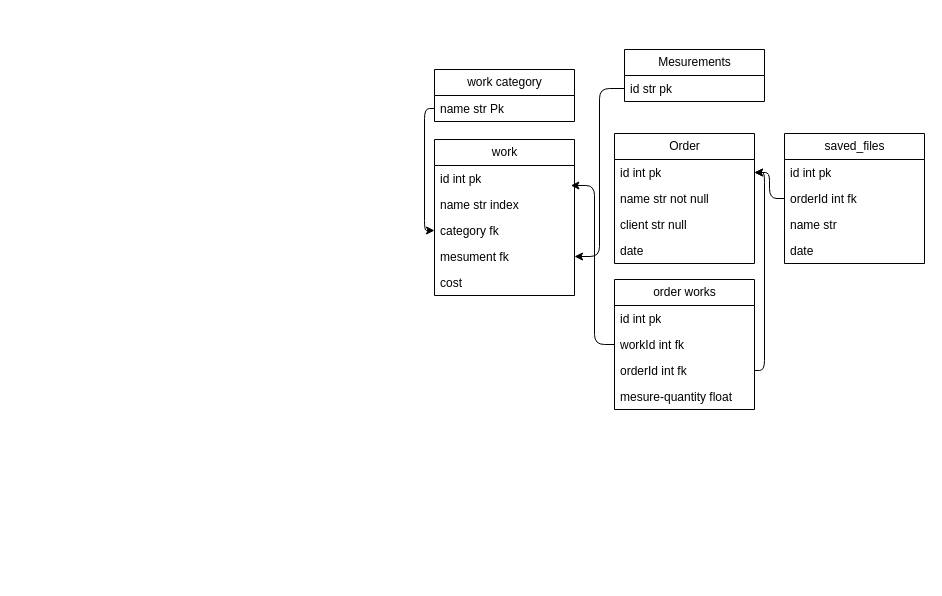
Before: db.drawio in KseniyaAvdeenko/create_smeta, a draw.io diagram. Source tidied: cells renumbered, new cells numbered last; positions are measured from the earlier drawing's top-left corner, leaving out a move shared by most shapes. Both pictures are drawn from the tidied source at 100%, with x=0, y=0 at pixel (434, 49).
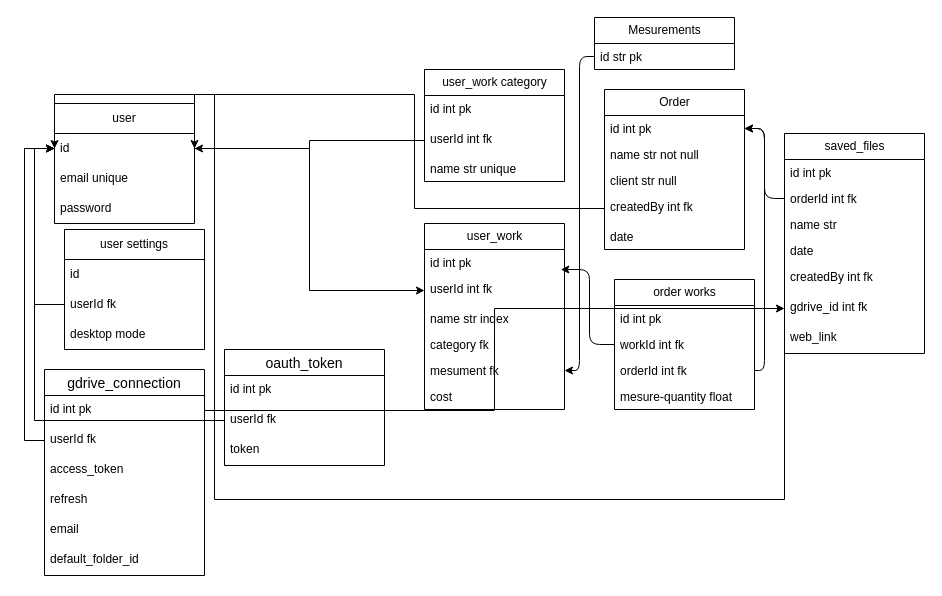
Above is the later version.

What changed in the source:
```diff
@@
-    <mxCell id="2" value="work category" style="swimlane;fontStyle=0;horizontal=1;startSize=26;fillColor=none;html=1;" parent="1" vertex="1">
-      <mxGeometry y="20" width="140" height="52" as="geometry" />
+    <mxCell id="2" value="user_work category" style="swimlane;fontStyle=0;horizontal=1;startSize=26;fillColor=none;html=1;" parent="1" vertex="1">
+      <mxGeometry x="-10" y="20" width="140" height="112" as="geometry" />
     </mxCell>
+    <mxCell id="32" value="id int pk" style="text;strokeColor=none;fillColor=none;spacingLeft=4;spacingRight=4;overflow=hidden;fontSize=12;" parent="2" vertex="1">
+      <mxGeometry y="26" width="140" height="30" as="geometry" />
+    </mxCell>
+    <mxCell id="33" value="userId int fk" style="text;strokeColor=none;fillColor=none;spacingLeft=4;spacingRight=4;overflow=hidden;points=[[0,0.5],[1,0.5]];portConstraint=eastwest;fontSize=12;" parent="2" vertex="1">
+      <mxGeometry y="56" width="140" height="30" as="geometry" />
+    </mxCell>
-    <mxCell id="3" value="name str Pk" style="text;strokeColor=none;fillColor=none;align=left;verticalAlign=top;spacingLeft=4;spacingRight=4;overflow=hidden;points=[[0,0.5],[1,0.5]];portConstraint=eastwest;whiteSpace=wrap;html=1;" parent="2" vertex="1">
-      <mxGeometry y="26" width="140" height="26" as="geometry" />
+    <mxCell id="3" value="name str unique" style="text;strokeColor=none;fillColor=none;align=left;verticalAlign=top;spacingLeft=4;spacingRight=4;overflow=hidden;points=[[0,0.5],[1,0.5]];portConstraint=eastwest;whiteSpace=wrap;html=1;" parent="2" vertex="1">
+      <mxGeometry y="86" width="140" height="26" as="geometry" />
     </mxCell>
-    <mxCell id="4" value="work" style="swimlane;fontStyle=0;horizontal=1;startSize=26;fillColor=none;html=1;" parent="1" vertex="1">
-      <mxGeometry y="90" width="140" height="156" as="geometry" />
+    <mxCell id="4" value="user_work" style="swimlane;fontStyle=0;horizontal=1;startSize=26;fillColor=none;html=1;" parent="1" vertex="1">
+      <mxGeometry x="-10" y="174" width="140" height="186" as="geometry" />
     </mxCell>
@@
+    <mxCell id="34" value="userId int fk" style="text;strokeColor=none;fillColor=none;spacingLeft=4;spacingRight=4;overflow=hidden;points=[[0,0.5],[1,0.5]];portConstraint=eastwest;fontSize=12;" parent="4" vertex="1">
+      <mxGeometry y="52" width="140" height="30" as="geometry" />
+    </mxCell>
     <mxCell id="6" value="name str index" style="text;strokeColor=none;fillColor=none;align=left;verticalAlign=top;spacingLeft=4;spacingRight=4;overflow=hidden;whiteSpace=wrap;html=1;" parent="4" vertex="1">
-      <mxGeometry y="52" width="140" height="26" as="geometry" />
+      <mxGeometry y="82" width="140" height="26" as="geometry" />
     </mxCell>
     <mxCell id="7" value="category fk" style="text;strokeColor=none;fillColor=none;align=left;verticalAlign=top;spacingLeft=4;spacingRight=4;overflow=hidden;points=[[0,0.5],[1,0.5]];portConstraint=eastwest;whiteSpace=wrap;html=1;" parent="4" vertex="1">
-      <mxGeometry y="78" width="140" height="26" as="geometry" />
+      <mxGeometry y="108" width="140" height="26" as="geometry" />
     </mxCell>
     <mxCell id="8" value="mesument fk" style="text;strokeColor=none;fillColor=none;align=left;verticalAlign=top;spacingLeft=4;spacingRight=4;overflow=hidden;points=[[0,0.5],[1,0.5]];portConstraint=eastwest;whiteSpace=wrap;html=1;" parent="4" vertex="1">
-      <mxGeometry y="104" width="140" height="26" as="geometry" />
+      <mxGeometry y="134" width="140" height="26" as="geometry" />
     </mxCell>
     <mxCell id="9" value="cost" style="text;strokeColor=none;fillColor=none;align=left;verticalAlign=top;spacingLeft=4;spacingRight=4;overflow=hidden;whiteSpace=wrap;html=1;" parent="4" vertex="1">
-      <mxGeometry y="130" width="140" height="26" as="geometry" />
+      <mxGeometry y="160" width="140" height="26" as="geometry" />
     </mxCell>
     <mxCell id="10" value="Mesurements" style="swimlane;fontStyle=0;horizontal=1;startSize=26;fillColor=none;html=1;" parent="1" vertex="1">
-      <mxGeometry x="190" width="140" height="52" as="geometry" />
+      <mxGeometry x="160" y="-32" width="140" height="52" as="geometry" />
     </mxCell>
@@
-    <mxCell id="12" style="edgeStyle=orthogonalEdgeStyle;html=1;exitX=0;exitY=0.5;exitDx=0;exitDy=0;entryX=0;entryY=0.5;entryDx=0;entryDy=0;" parent="1" edge="1" source="3" target="7">
-      <mxGeometry relative="1" as="geometry" />
-    </mxCell>
@@
     <mxCell id="14" value="Order" style="swimlane;fontStyle=0;horizontal=1;startSize=26;fillColor=none;html=1;" parent="1" vertex="1">
-      <mxGeometry x="180" y="84" width="140" height="130" as="geometry" />
+      <mxGeometry x="170" y="40" width="140" height="160" as="geometry" />
     </mxCell>
@@
+    <mxCell id="35" value="createdBy int fk" style="text;strokeColor=none;fillColor=none;spacingLeft=4;spacingRight=4;overflow=hidden;points=[[0,0.5],[1,0.5]];portConstraint=eastwest;fontSize=12;" parent="14" vertex="1">
+      <mxGeometry y="104" width="140" height="30" as="geometry" />
+    </mxCell>
     <mxCell id="18" value="date" style="text;strokeColor=none;fillColor=none;align=left;verticalAlign=top;spacingLeft=4;spacingRight=4;overflow=hidden;whiteSpace=wrap;html=1;" parent="14" vertex="1">
-      <mxGeometry y="104" width="140" height="26" as="geometry" />
+      <mxGeometry y="134" width="140" height="26" as="geometry" />
     </mxCell>
@@
     <mxCell id="24" value="saved_files" style="swimlane;fontStyle=0;horizontal=1;startSize=26;fillColor=none;html=1;" parent="1" vertex="1">
-      <mxGeometry x="350" y="84" width="140" height="130" as="geometry" />
+      <mxGeometry x="350" y="84" width="140" height="220" as="geometry" />
     </mxCell>
@@
+    <mxCell id="36" value="createdBy int fk" style="text;strokeColor=none;fillColor=none;spacingLeft=4;spacingRight=4;overflow=hidden;points=[[0,0.5],[1,0.5]];portConstraint=eastwest;fontSize=12;" parent="24" vertex="1">
+      <mxGeometry y="130" width="140" height="30" as="geometry" />
+    </mxCell>
+    <mxCell id="37" value="gdrive_id int fk" style="text;strokeColor=none;fillColor=none;spacingLeft=4;spacingRight=4;overflow=hidden;points=[[0,0.5],[1,0.5]];portConstraint=eastwest;fontSize=12;" parent="24" vertex="1">
+      <mxGeometry y="160" width="140" height="30" as="geometry" />
+    </mxCell>
+    <mxCell id="38" value="web_link" style="text;strokeColor=none;fillColor=none;spacingLeft=4;spacingRight=4;overflow=hidden;fontSize=12;" parent="24" vertex="1">
+      <mxGeometry y="190" width="140" height="30" as="geometry" />
+    </mxCell>
@@
+    <mxCell id="39" value="user" style="swimlane;fontStyle=0;horizontal=1;startSize=30;whiteSpace=wrap;html=1;" parent="1" vertex="1">
+      <mxGeometry x="-380" y="54" width="140" height="120" as="geometry" />
+    </mxCell>
+    <mxCell id="40" value="id" style="text;strokeColor=none;fillColor=none;align=left;verticalAlign=middle;spacingLeft=4;spacingRight=4;overflow=hidden;points=[[0,0.5],[1,0.5]];portConstraint=eastwest;whiteSpace=wrap;html=1;" parent="39" vertex="1">
+      <mxGeometry y="30" width="140" height="30" as="geometry" />
+    </mxCell>
+    <mxCell id="41" value="email unique" style="text;strokeColor=none;fillColor=none;align=left;verticalAlign=middle;spacingLeft=4;spacingRight=4;overflow=hidden;whiteSpace=wrap;html=1;" parent="39" vertex="1">
+      <mxGeometry y="60" width="140" height="30" as="geometry" />
+    </mxCell>
+    <mxCell id="42" value="password" style="text;strokeColor=none;fillColor=none;align=left;verticalAlign=middle;spacingLeft=4;spacingRight=4;overflow=hidden;whiteSpace=wrap;html=1;" parent="39" vertex="1">
+      <mxGeometry y="90" width="140" height="30" as="geometry" />
+    </mxCell>
+    <mxCell id="43" value="user settings" style="swimlane;fontStyle=0;horizontal=1;startSize=30;whiteSpace=wrap;html=1;" parent="1" vertex="1">
+      <mxGeometry x="-370" y="180" width="140" height="120" as="geometry" />
+    </mxCell>
+    <mxCell id="44" value="id" style="text;strokeColor=none;fillColor=none;align=left;verticalAlign=middle;spacingLeft=4;spacingRight=4;overflow=hidden;whiteSpace=wrap;html=1;" parent="43" vertex="1">
+      <mxGeometry y="30" width="140" height="30" as="geometry" />
+    </mxCell>
+    <mxCell id="45" value="userId fk" style="text;strokeColor=none;fillColor=none;align=left;verticalAlign=middle;spacingLeft=4;spacingRight=4;overflow=hidden;points=[[0,0.5],[1,0.5]];portConstraint=eastwest;whiteSpace=wrap;html=1;" parent="43" vertex="1">
+      <mxGeometry y="60" width="140" height="30" as="geometry" />
+    </mxCell>
+    <mxCell id="46" value="desktop mode" style="text;strokeColor=none;fillColor=none;align=left;verticalAlign=middle;spacingLeft=4;spacingRight=4;overflow=hidden;whiteSpace=wrap;html=1;" parent="43" vertex="1">
+      <mxGeometry y="90" width="140" height="30" as="geometry" />
+    </mxCell>
+    <mxCell id="47" style="edgeStyle=orthogonalEdgeStyle;rounded=0;jettySize=auto;html=1;exitX=0;exitY=0.5;exitDx=0;exitDy=0;entryX=0;entryY=0.5;entryDx=0;entryDy=0;" parent="1" edge="1" source="45" target="40">
+      <mxGeometry relative="1" as="geometry" />
+    </mxCell>
+    <mxCell id="48" style="edgeStyle=orthogonalEdgeStyle;rounded=0;jettySize=auto;html=1;exitX=0;exitY=0.5;exitDx=0;exitDy=0;entryX=1;entryY=0.5;entryDx=0;entryDy=0;" parent="1" edge="1" source="33" target="40">
+      <mxGeometry relative="1" as="geometry" />
+    </mxCell>
+    <mxCell id="49" style="edgeStyle=orthogonalEdgeStyle;rounded=0;jettySize=auto;html=1;exitX=1;exitY=0.5;exitDx=0;exitDy=0;entryX=0;entryY=0.5;entryDx=0;entryDy=0;" parent="1" edge="1" source="40" target="34">
+      <mxGeometry relative="1" as="geometry" />
+    </mxCell>
+    <mxCell id="50" style="edgeStyle=orthogonalEdgeStyle;rounded=0;jettySize=auto;html=1;exitX=0;exitY=0.5;exitDx=0;exitDy=0;entryX=1;entryY=0.5;entryDx=0;entryDy=0;" parent="1" edge="1" source="35" target="40">
+      <mxGeometry relative="1" as="geometry">
+        <Array as="points">
+          <mxPoint x="-20" y="159" />
+          <mxPoint x="-20" y="45" />
+        </Array>
+      </mxGeometry>
+    </mxCell>
+    <mxCell id="51" value="oauth_token" style="swimlane;fontStyle=0;horizontal=1;startSize=26;align=center;fontSize=14;" parent="1" vertex="1">
+      <mxGeometry x="-210" y="300" width="160" height="116" as="geometry" />
+    </mxCell>
+    <mxCell id="52" value="id int pk" style="text;strokeColor=none;fillColor=none;spacingLeft=4;spacingRight=4;overflow=hidden;fontSize=12;" parent="51" vertex="1">
+      <mxGeometry y="26" width="160" height="30" as="geometry" />
+    </mxCell>
+    <mxCell id="53" value="userId fk" style="text;strokeColor=none;fillColor=none;spacingLeft=4;spacingRight=4;overflow=hidden;points=[[0,0.5],[1,0.5]];portConstraint=eastwest;fontSize=12;" parent="51" vertex="1">
+      <mxGeometry y="56" width="160" height="30" as="geometry" />
+    </mxCell>
+    <mxCell id="54" value="token" style="text;strokeColor=none;fillColor=none;spacingLeft=4;spacingRight=4;overflow=hidden;fontSize=12;" parent="51" vertex="1">
+      <mxGeometry y="86" width="160" height="30" as="geometry" />
+    </mxCell>
+    <mxCell id="55" style="edgeStyle=orthogonalEdgeStyle;rounded=0;jettySize=auto;html=1;exitX=0;exitY=0.5;exitDx=0;exitDy=0;entryX=0;entryY=0.5;entryDx=0;entryDy=0;" parent="1" edge="1" source="53" target="40">
+      <mxGeometry relative="1" as="geometry" />
+    </mxCell>
+    <mxCell id="56" style="edgeStyle=orthogonalEdgeStyle;rounded=0;jettySize=auto;html=1;exitX=0;exitY=0.5;exitDx=0;exitDy=0;entryX=0;entryY=0.5;entryDx=0;entryDy=0;" parent="1" edge="1" source="36" target="40">
+      <mxGeometry relative="1" as="geometry">
+        <Array as="points">
+          <mxPoint x="350" y="450" />
+          <mxPoint x="-220" y="450" />
+          <mxPoint x="-220" y="45" />
+        </Array>
+      </mxGeometry>
+    </mxCell>
+    <mxCell id="57" value="gdrive_connection" style="swimlane;fontStyle=0;horizontal=1;startSize=26;align=center;fontSize=14;" parent="1" vertex="1">
+      <mxGeometry x="-390" y="320" width="160" height="206" as="geometry" />
+    </mxCell>
+    <mxCell id="58" value="id int pk" style="text;strokeColor=none;fillColor=none;spacingLeft=4;spacingRight=4;overflow=hidden;points=[[0,0.5],[1,0.5]];portConstraint=eastwest;fontSize=12;" parent="57" vertex="1">
+      <mxGeometry y="26" width="160" height="30" as="geometry" />
+    </mxCell>
+    <mxCell id="59" value="userId fk" style="text;strokeColor=none;fillColor=none;spacingLeft=4;spacingRight=4;overflow=hidden;points=[[0,0.5],[1,0.5]];portConstraint=eastwest;fontSize=12;" parent="57" vertex="1">
+      <mxGeometry y="56" width="160" height="30" as="geometry" />
+    </mxCell>
+    <mxCell id="60" value="access_token" style="text;strokeColor=none;fillColor=none;spacingLeft=4;spacingRight=4;overflow=hidden;fontSize=12;" parent="57" vertex="1">
+      <mxGeometry y="86" width="160" height="30" as="geometry" />
+    </mxCell>
+    <mxCell id="61" value="refresh" style="text;strokeColor=none;fillColor=none;spacingLeft=4;spacingRight=4;overflow=hidden;fontSize=12;" parent="57" vertex="1">
+      <mxGeometry y="116" width="160" height="30" as="geometry" />
+    </mxCell>
+    <mxCell id="62" value="email" style="text;strokeColor=none;fillColor=none;spacingLeft=4;spacingRight=4;overflow=hidden;fontSize=12;" parent="57" vertex="1">
+      <mxGeometry y="146" width="160" height="30" as="geometry" />
+    </mxCell>
+    <mxCell id="63" value="default_folder_id" style="text;strokeColor=none;fillColor=none;spacingLeft=4;spacingRight=4;overflow=hidden;fontSize=12;" parent="57" vertex="1">
+      <mxGeometry y="176" width="160" height="30" as="geometry" />
+    </mxCell>
+    <mxCell id="64" style="edgeStyle=orthogonalEdgeStyle;rounded=0;jettySize=auto;html=1;exitX=0;exitY=0.5;exitDx=0;exitDy=0;entryX=0;entryY=0.5;entryDx=0;entryDy=0;" parent="1" edge="1" source="59" target="40">
+      <mxGeometry relative="1" as="geometry" />
+    </mxCell>
+    <mxCell id="65" style="edgeStyle=orthogonalEdgeStyle;rounded=0;jettySize=auto;html=1;exitX=1;exitY=0.5;exitDx=0;exitDy=0;" parent="1" edge="1" source="58" target="37">
+      <mxGeometry relative="1" as="geometry" />
+    </mxCell>
```
